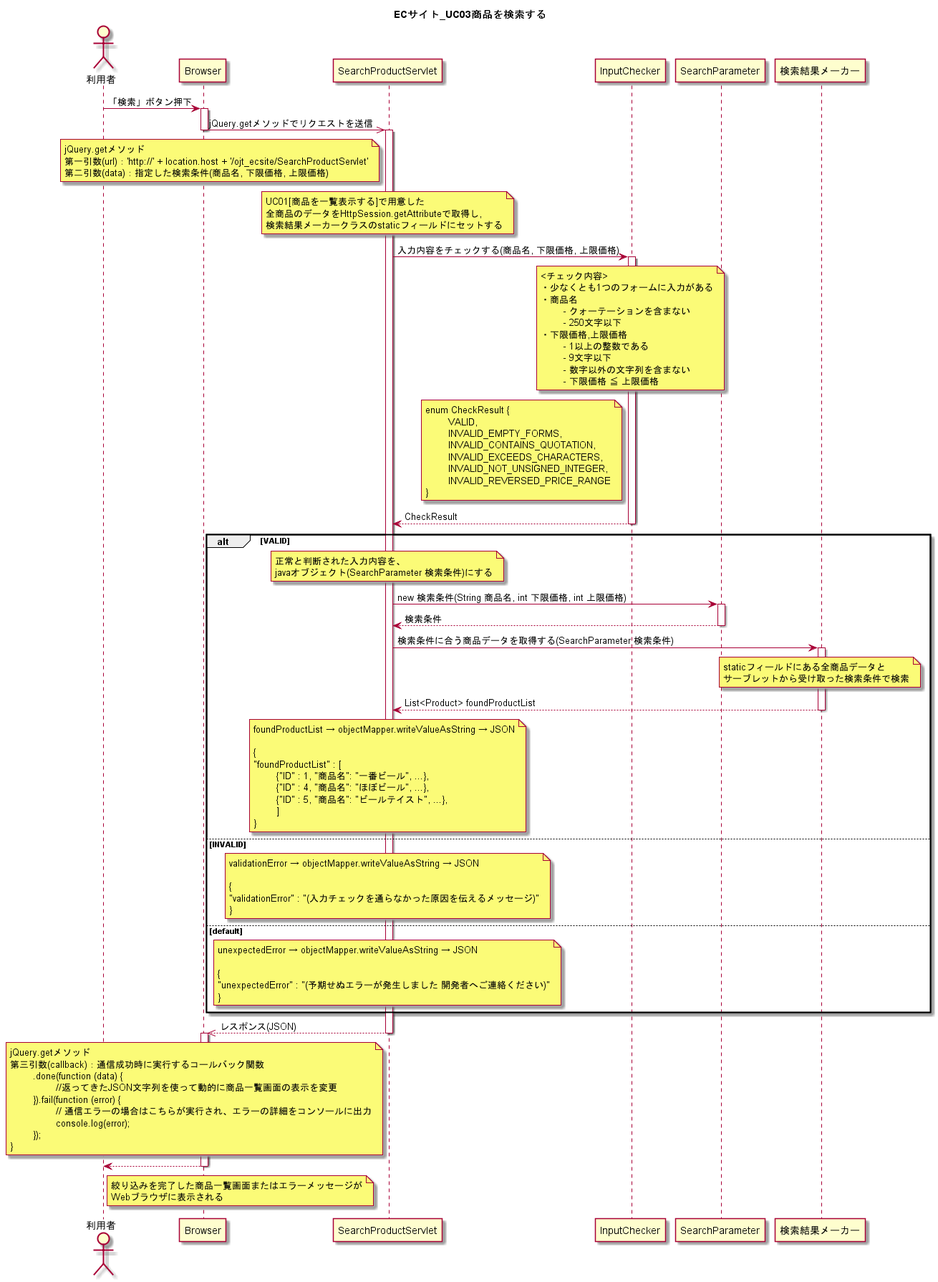
wnakayama/ojt_ecsite keeps this PlantUML diagram as UML/ECサイト_UC03商品を検索する.png. Above is the earlier version.
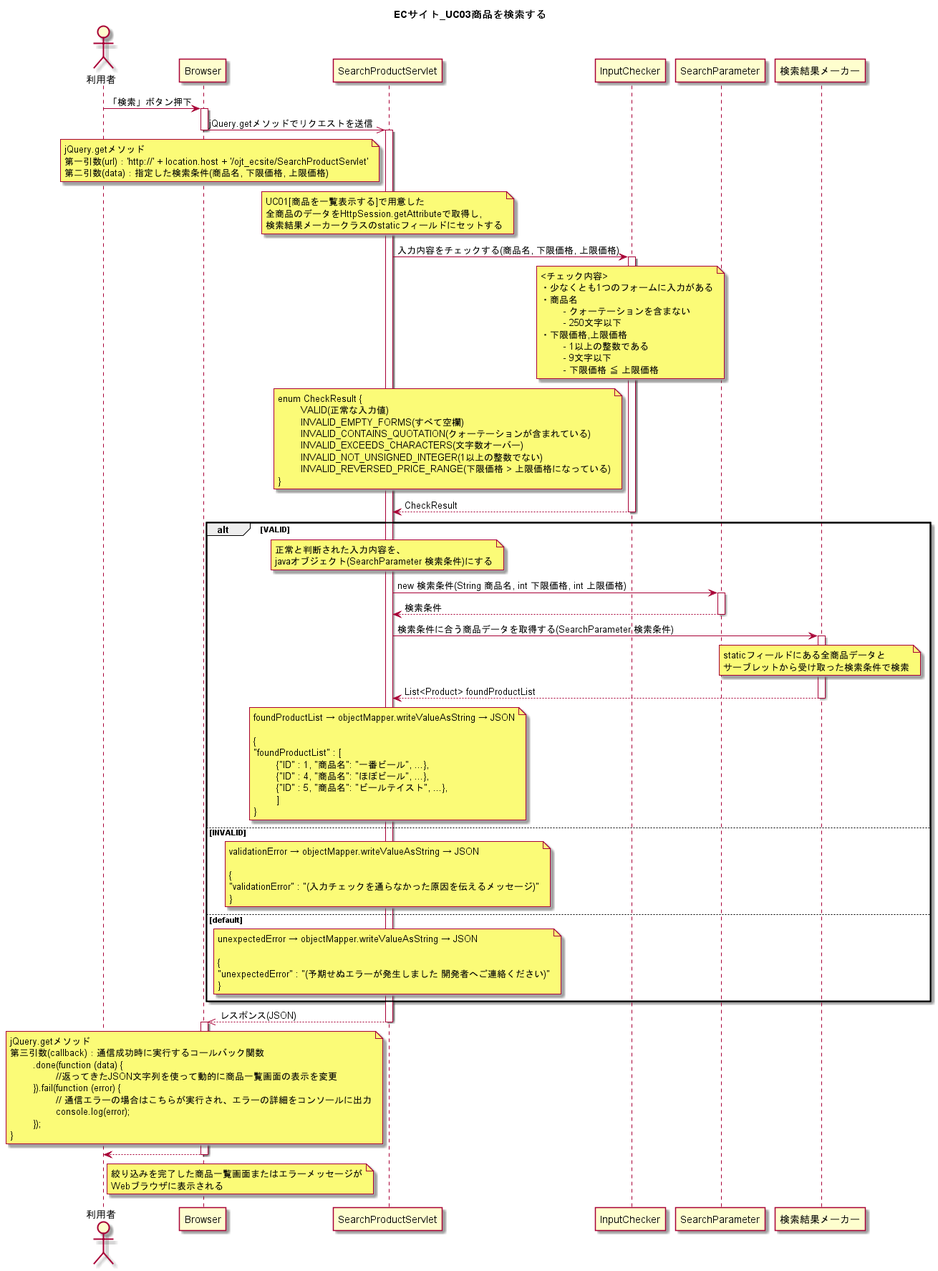
Above is the later version.

The edit, as a diff of the source:
```diff
@@ -34,18 +34,17 @@
 	・下限価格,上限価格
 		- 1以上の整数である
 		- 9文字以下
-		- 数字以外の文字列を含まない
 		- 下限価格 ≦ 上限価格
 	end note
 
 	note left of InputChecker
 	enum CheckResult {
-		VALID,
-		INVALID_EMPTY_FORMS,
-		INVALID_CONTAINS_QUOTATION,
-		INVALID_EXCEEDS_CHARACTERS,
-		INVALID_NOT_UNSIGNED_INTEGER,
-		INVALID_REVERSED_PRICE_RANGE
+		VALID(正常な入力値)
+		INVALID_EMPTY_FORMS(すべて空欄)
+		INVALID_CONTAINS_QUOTATION(クォーテーションが含まれている)
+		INVALID_EXCEEDS_CHARACTERS(文字数オーバー)
+		INVALID_NOT_UNSIGNED_INTEGER(1以上の整数でない)
+		INVALID_REVERSED_PRICE_RANGE(下限価格 > 上限価格になっている)
 	}
 	end note
 
```
